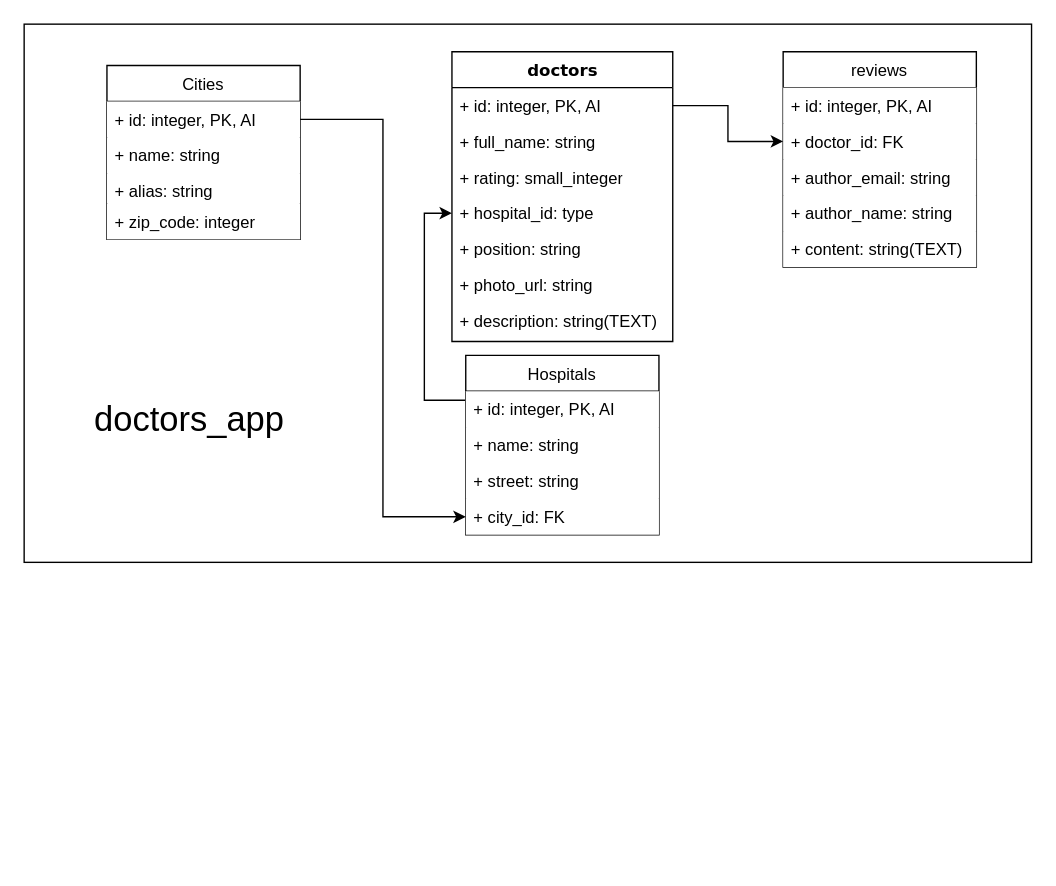
Above: medical_helper_db_diagrams/Untitled Diagram.drawio in Kolia913/diagrams (draw.io), before the change. Source tidied: cells renumbered, new cells numbered last; positions are measured from the earlier drawing's top-left corner, leaving out a move shared by most shapes. Both pictures are drawn from the tidied source at 138%, with x=0, y=0 at pixel (23, 23).
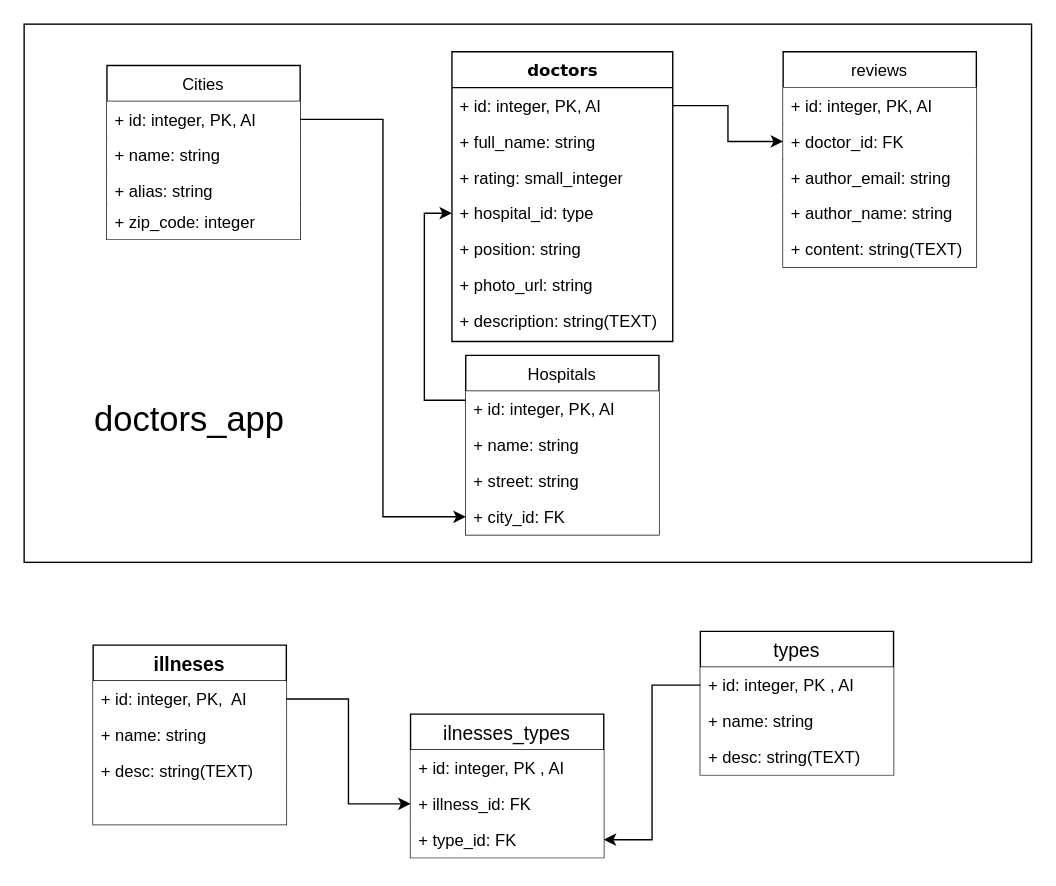
After the change.

Diff of the diagram source:
```diff
@@
+    <mxCell id="31" value="illneses" style="swimlane;fontStyle=1;horizontal=1;startSize=26;fillColor=none;fontSize=14;" parent="1" vertex="1">
+      <mxGeometry x="50" y="450" width="140" height="130" as="geometry" />
+    </mxCell>
+    <mxCell id="32" value="+ id: integer, PK,  AI" style="text;strokeColor=none;align=left;verticalAlign=top;spacingLeft=4;spacingRight=4;overflow=hidden;points=[[0,0.5],[1,0.5]];portConstraint=eastwest;fillColor=#ffffff;" parent="31" vertex="1">
+      <mxGeometry y="26" width="140" height="26" as="geometry" />
+    </mxCell>
+    <mxCell id="33" value="+ name: string" style="text;strokeColor=none;align=left;verticalAlign=top;spacingLeft=4;spacingRight=4;overflow=hidden;fillColor=#ffffff;" parent="31" vertex="1">
+      <mxGeometry y="52" width="140" height="26" as="geometry" />
+    </mxCell>
+    <mxCell id="34" value="+ desc: string(TEXT)" style="text;strokeColor=none;align=left;verticalAlign=top;spacingLeft=4;spacingRight=4;overflow=hidden;fillColor=#ffffff;" parent="31" vertex="1">
+      <mxGeometry y="78" width="140" height="26" as="geometry" />
+    </mxCell>
+    <mxCell id="35" style="text;strokeColor=none;align=left;verticalAlign=top;spacingLeft=4;spacingRight=4;overflow=hidden;fontSize=14;fillColor=#ffffff;" parent="31" vertex="1">
+      <mxGeometry y="104" width="140" height="26" as="geometry" />
+    </mxCell>
+    <mxCell id="36" value="ilnesses_types" style="swimlane;fontStyle=0;horizontal=1;startSize=26;fillColor=none;fontSize=14;" parent="1" vertex="1">
+      <mxGeometry x="280" y="500" width="140" height="104" as="geometry" />
+    </mxCell>
+    <mxCell id="37" value="+ id: integer, PK , AI" style="text;strokeColor=none;align=left;verticalAlign=top;spacingLeft=4;spacingRight=4;overflow=hidden;fillColor=#ffffff;" parent="36" vertex="1">
+      <mxGeometry y="26" width="140" height="26" as="geometry" />
+    </mxCell>
+    <mxCell id="38" value="+ illness_id: FK" style="text;strokeColor=none;align=left;verticalAlign=top;spacingLeft=4;spacingRight=4;overflow=hidden;points=[[0,0.5],[1,0.5]];portConstraint=eastwest;fillColor=#ffffff;" parent="36" vertex="1">
+      <mxGeometry y="52" width="140" height="26" as="geometry" />
+    </mxCell>
+    <mxCell id="39" value="+ type_id: FK" style="text;strokeColor=none;align=left;verticalAlign=top;spacingLeft=4;spacingRight=4;overflow=hidden;points=[[0,0.5],[1,0.5]];portConstraint=eastwest;fillColor=#ffffff;" parent="36" vertex="1">
+      <mxGeometry y="78" width="140" height="26" as="geometry" />
+    </mxCell>
+    <mxCell id="40" value="types" style="swimlane;fontStyle=0;horizontal=1;startSize=26;fillColor=none;fontSize=14;" parent="1" vertex="1">
+      <mxGeometry x="490" y="440" width="140" height="104" as="geometry" />
+    </mxCell>
+    <mxCell id="41" value="+ id: integer, PK , AI" style="text;strokeColor=none;align=left;verticalAlign=top;spacingLeft=4;spacingRight=4;overflow=hidden;points=[[0,0.5],[1,0.5]];portConstraint=eastwest;fillColor=#ffffff;" parent="40" vertex="1">
+      <mxGeometry y="26" width="140" height="26" as="geometry" />
+    </mxCell>
+    <mxCell id="42" value="+ name: string" style="text;strokeColor=none;align=left;verticalAlign=top;spacingLeft=4;spacingRight=4;overflow=hidden;fillColor=#ffffff;" parent="40" vertex="1">
+      <mxGeometry y="52" width="140" height="26" as="geometry" />
+    </mxCell>
+    <mxCell id="43" value="+ desc: string(TEXT)" style="text;strokeColor=none;align=left;verticalAlign=top;spacingLeft=4;spacingRight=4;overflow=hidden;fillColor=#ffffff;" parent="40" vertex="1">
+      <mxGeometry y="78" width="140" height="26" as="geometry" />
+    </mxCell>
+    <mxCell id="44" style="edgeStyle=orthogonalEdgeStyle;rounded=0;jettySize=auto;html=1;exitX=0;exitY=0.5;exitDx=0;exitDy=0;fontSize=14;" parent="1" edge="1" source="41" target="39">
+      <mxGeometry relative="1" as="geometry" />
+    </mxCell>
+    <mxCell id="45" style="edgeStyle=orthogonalEdgeStyle;rounded=0;jettySize=auto;html=1;exitX=1;exitY=0.5;exitDx=0;exitDy=0;entryX=0;entryY=0.5;entryDx=0;entryDy=0;fontSize=14;" parent="1" edge="1" source="32" target="38">
+      <mxGeometry relative="1" as="geometry" />
+    </mxCell>
```
